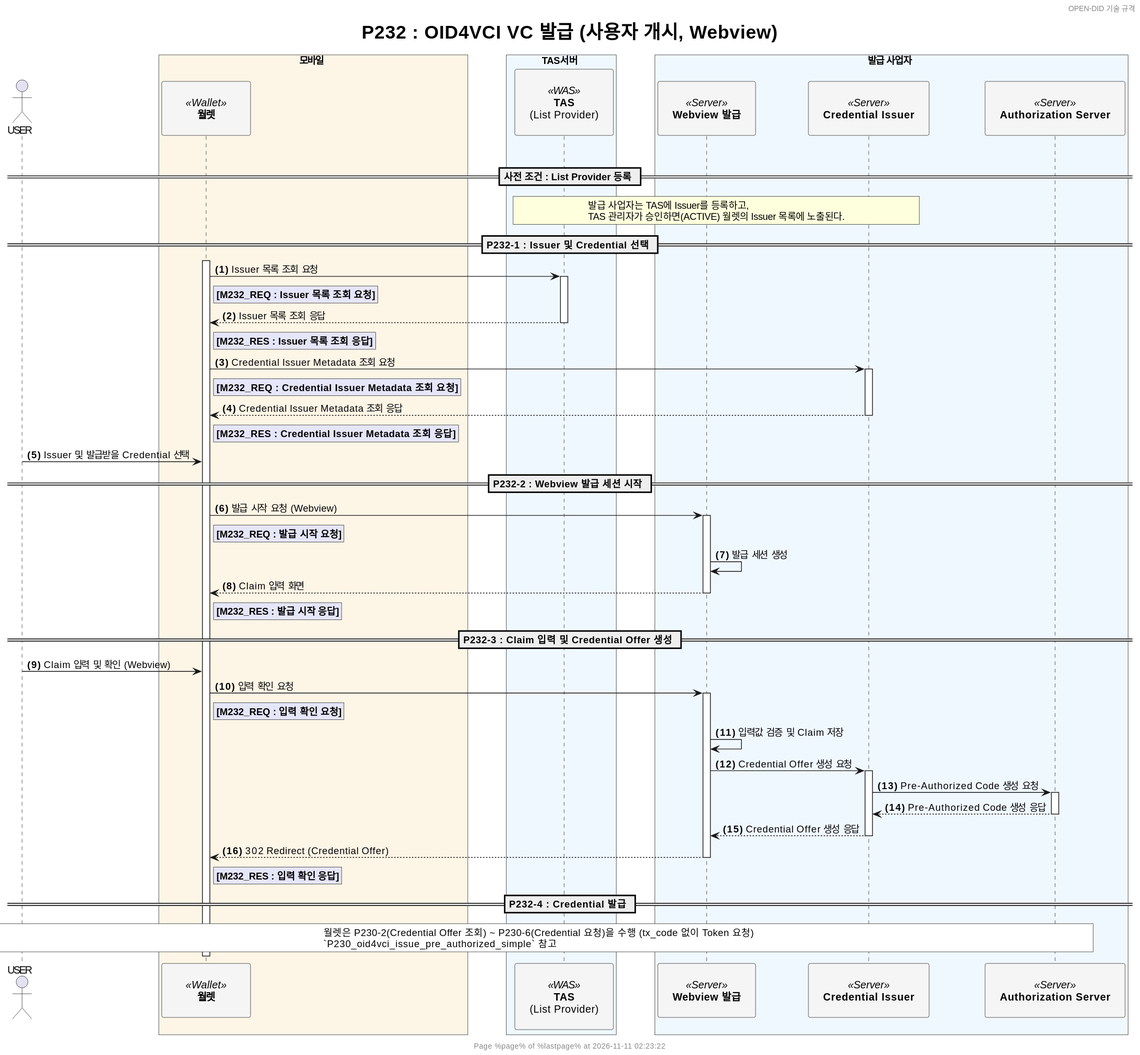
OmniOneID/did-doc-architecture keeps this PlantUML diagram as docs/sequence/simple/images/P232_oid4vci_issue_user_init_simple_ko.svg. Above is the earlier version.
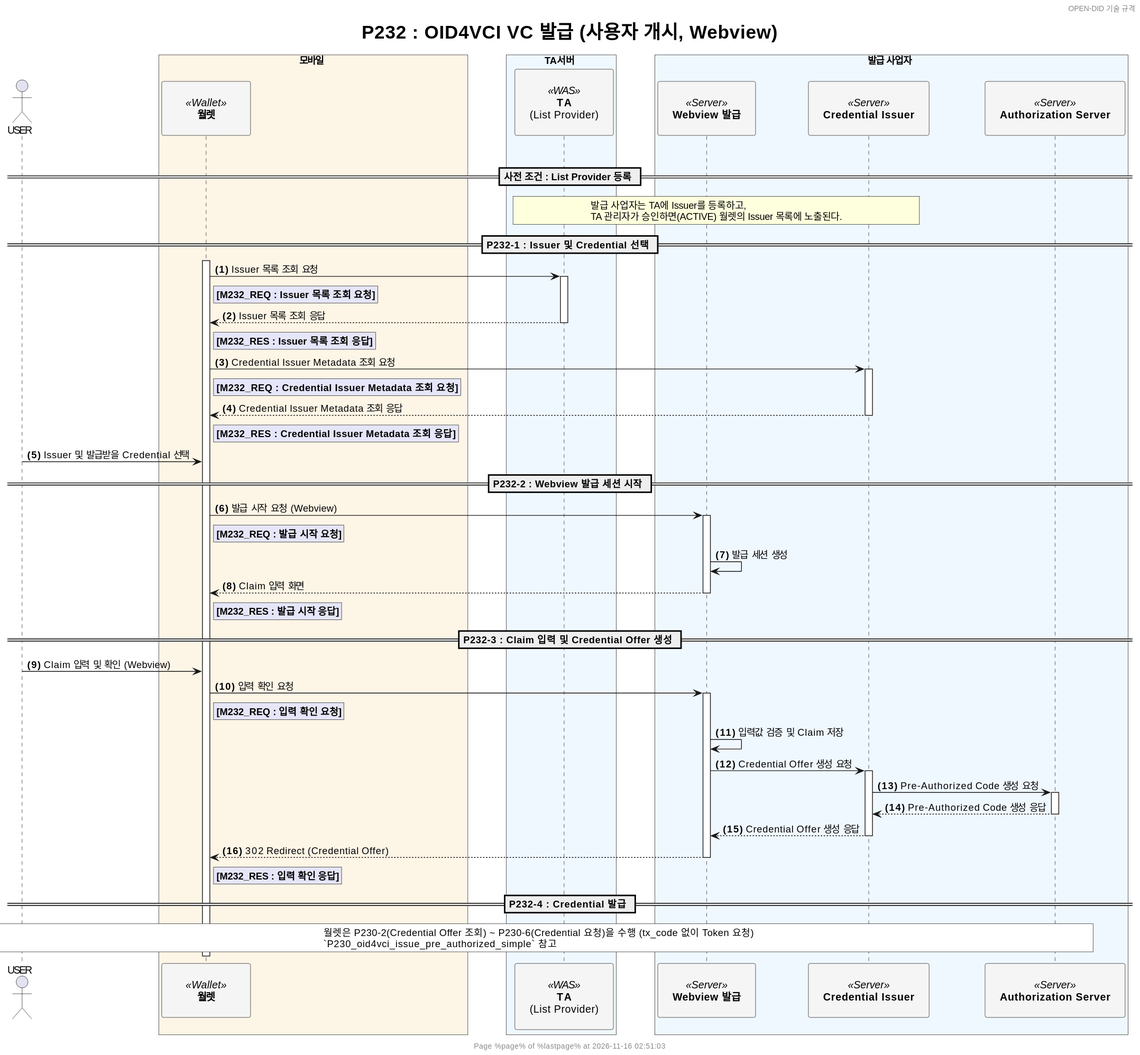
The same file after the commit.

The edit, as a diff of the source:
```diff
@@ -26,8 +26,8 @@
     participant "**월렛**" as WALLET <<Wallet>> #WhiteSmoke
 end box
 
-box TAS서버 #AliceBlue
-    participant "**TAS**\n(List Provider)" as TAS <<WAS>> #WhiteSmoke
+box TA서버 #AliceBlue
+    participant "**TA**\n(List Provider)" as TA <<WAS>> #WhiteSmoke
 end box
 
 box 발급 사업자 #AliceBlue
@@ -43,14 +43,14 @@
 |||
 
 == 사전 조건 : List Provider 등록 ==
-rnote over TAS, CI
-    발급 사업자는 TAS에 Issuer를 등록하고,
-    TAS 관리자가 승인하면(ACTIVE) 월렛의 Issuer 목록에 노출된다.
+rnote over TA, CI
+    발급 사업자는 TA에 Issuer를 등록하고,
+    TA 관리자가 승인하면(ACTIVE) 월렛의 Issuer 목록에 노출된다.
 end rnote
 
 == P232-1 : Issuer 및 Credential 선택 ==
 activate WALLET
-WALLET -> TAS++: Issuer 목록 조회 요청
+WALLET -> TA++: Issuer 목록 조회 요청
     rnote right of WALLET #Lavender
         **[M232_REQ : Issuer 목록 조회 요청]**
     end note
```
